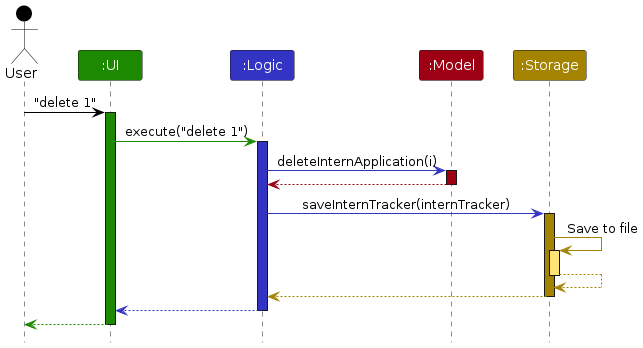
This is diagrams/ArchitectureSequenceDiagram.png from AY2324S1-CS2103T-W17-2/tp, a PlantUML export, as it was before one commit. Its source is kept beside it as diagrams/ArchitectureSequenceDiagram.puml.
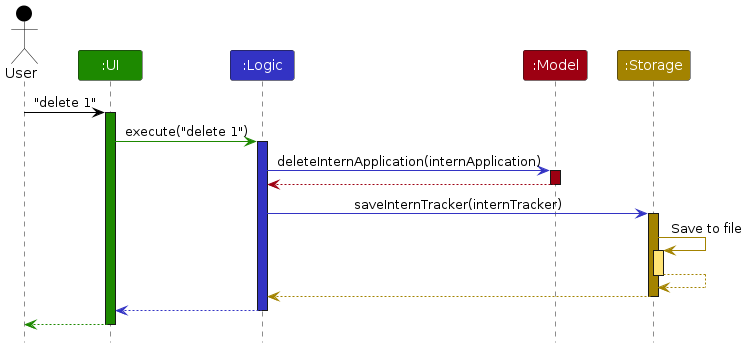
The same file after the commit.

The edit, as a diff of the source:
```diff
@@ -14,7 +14,7 @@
 ui -[UI_COLOR]> logic : execute("delete 1")
 activate logic LOGIC_COLOR
 
-logic -[LOGIC_COLOR]> model : deleteInternApplication(i)
+logic -[LOGIC_COLOR]> model : deleteInternApplication(internApplication)
 activate model MODEL_COLOR
 
 model -[MODEL_COLOR]-> logic
```
